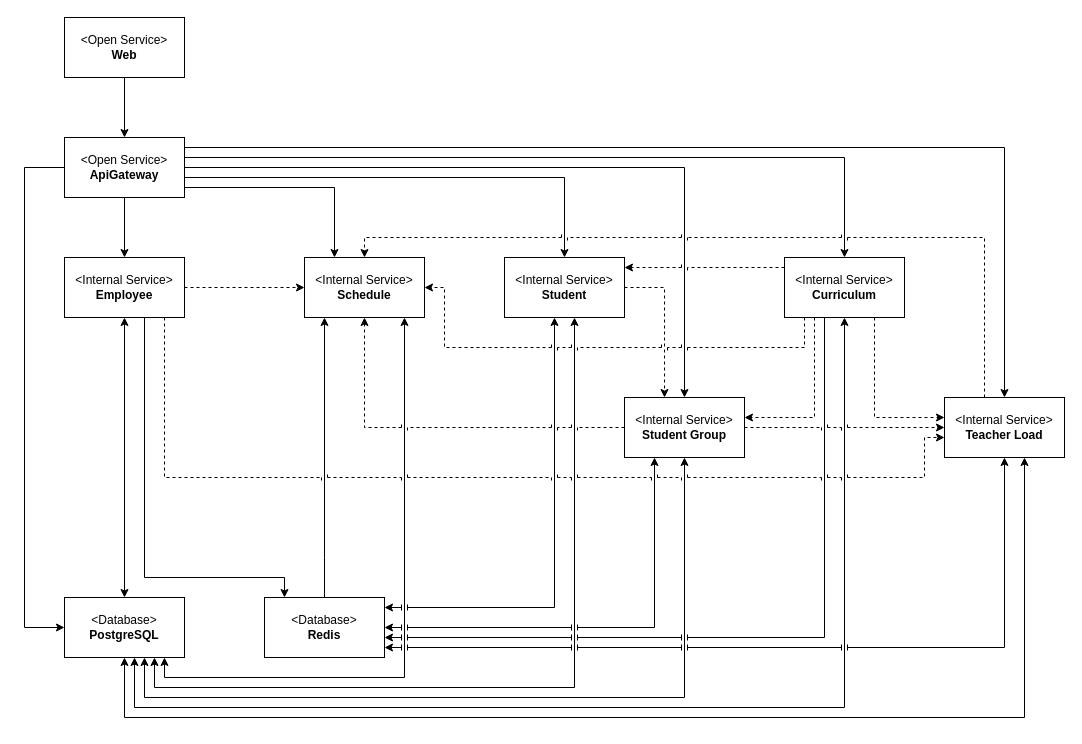
IrusHunter/duckademic keeps this draw.io diagram as docs/architecture.drawio. Above is the earlier version. Source tidied: cells renumbered, new cells numbered last; positions are measured from the earlier drawing's top-left corner, leaving out a move shared by most shapes. Both pictures are drawn from the tidied source at 100%, with x=0, y=0 at pixel (24, 17).
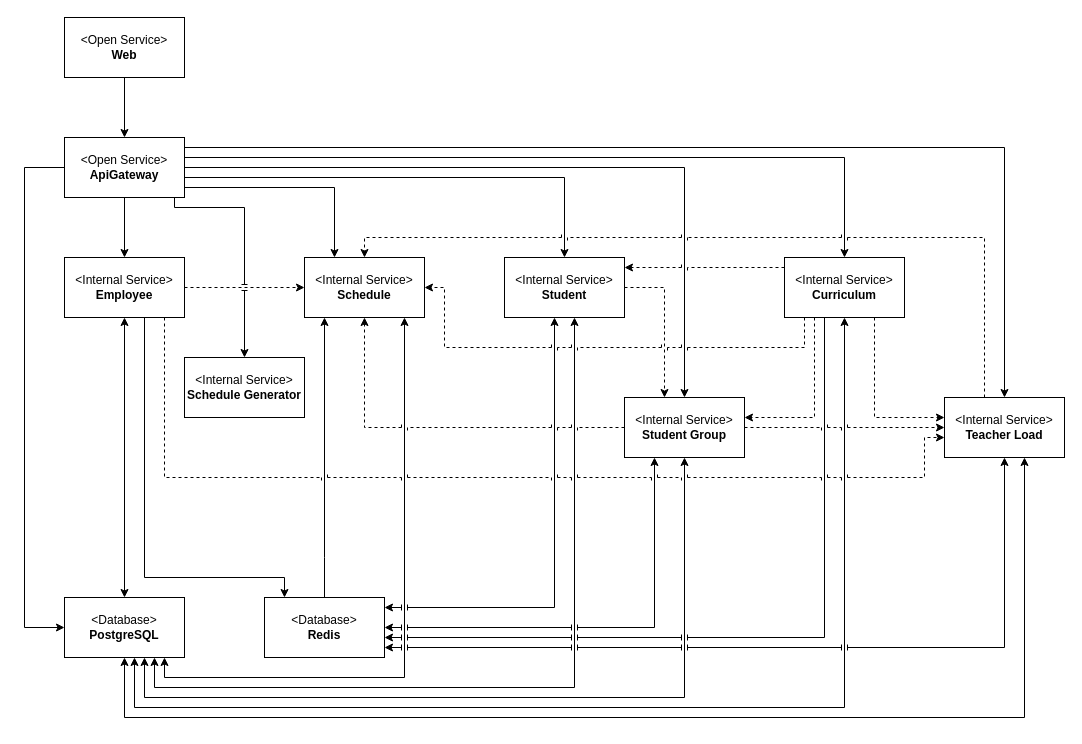
The same page after the edit.

The change refers to these unchanged cells:
```xml
<mxCell id="7" value="&amp;lt;Open Service&amp;gt;&lt;div&gt;&lt;b&gt;ApiGateway&lt;/b&gt;&lt;/div&gt;" style="html=1;whiteSpace=wrap;" parent="1" vertex="1">
  <mxGeometry x="40" y="120" width="120" height="60" as="geometry" />
</mxCell>
```

Change to the diagram source:
```diff
@@
+    <mxCell id="43" value="&amp;lt;Internal Service&amp;gt;&lt;div&gt;&lt;b&gt;Schedule Generator&lt;/b&gt;&lt;/div&gt;" style="html=1;whiteSpace=wrap;" parent="1" vertex="1">
+      <mxGeometry x="160" y="340" width="120" height="60" as="geometry" />
+    </mxCell>
+    <mxCell id="44" style="edgeStyle=orthogonalEdgeStyle;html=1;rounded=0;curved=0;jumpStyle=line;" parent="1" edge="1" source="7" target="43">
+      <mxGeometry relative="1" as="geometry">
+        <Array as="points">
+          <mxPoint x="150" y="190" />
+          <mxPoint x="220" y="190" />
+        </Array>
+      </mxGeometry>
+    </mxCell>
```
